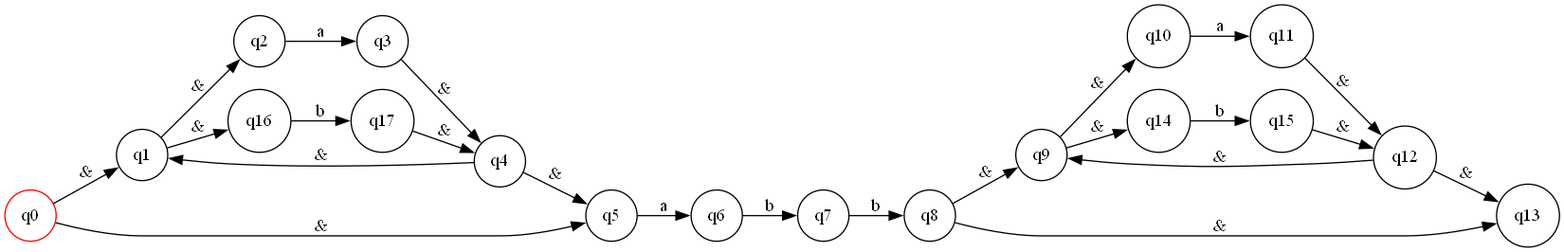
esc20936/laboratorio1_Dise-oLenguajesDeProgramacion keeps this Graphviz diagram as nfa.gv.png. Above is the earlier version. Its source is kept beside it as nfa.gv.
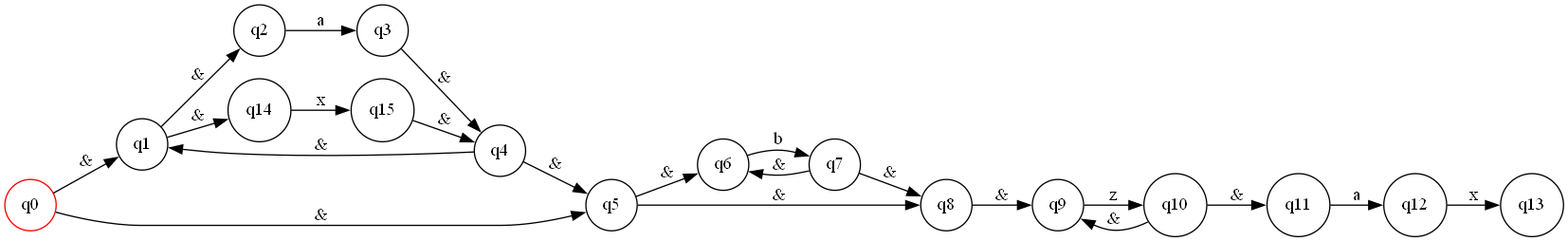
Above is the later version.

Diff of the diagram source:
```diff
@@ -32,31 +32,25 @@
 	q14
 	node [color=black shape=circle]
 	q15
-	node [color=black shape=circle]
-	q16
-	node [color=black shape=circle]
-	q17
 	q0 -> q1 [label="&"]
 	q0 -> q5 [label="&"]
 	q1 -> q2 [label="&"]
-	q1 -> q16 [label="&"]
+	q1 -> q14 [label="&"]
 	q2 -> q3 [label=a]
 	q3 -> q4 [label="&"]
 	q4 -> q1 [label="&"]
 	q4 -> q5 [label="&"]
-	q5 -> q6 [label=a]
+	q5 -> q6 [label="&"]
+	q5 -> q8 [label="&"]
 	q6 -> q7 [label=b]
-	q7 -> q8 [label=b]
+	q7 -> q6 [label="&"]
+	q7 -> q8 [label="&"]
 	q8 -> q9 [label="&"]
-	q8 -> q13 [label="&"]
-	q9 -> q10 [label="&"]
-	q9 -> q14 [label="&"]
-	q10 -> q11 [label=a]
-	q11 -> q12 [label="&"]
-	q12 -> q9 [label="&"]
-	q12 -> q13 [label="&"]
-	q14 -> q15 [label=b]
-	q15 -> q12 [label="&"]
-	q16 -> q17 [label=b]
-	q17 -> q4 [label="&"]
+	q9 -> q10 [label=z]
+	q10 -> q9 [label="&"]
+	q10 -> q11 [label="&"]
+	q11 -> q12 [label=a]
+	q12 -> q13 [label=x]
+	q14 -> q15 [label=x]
+	q15 -> q4 [label="&"]
 }
```
